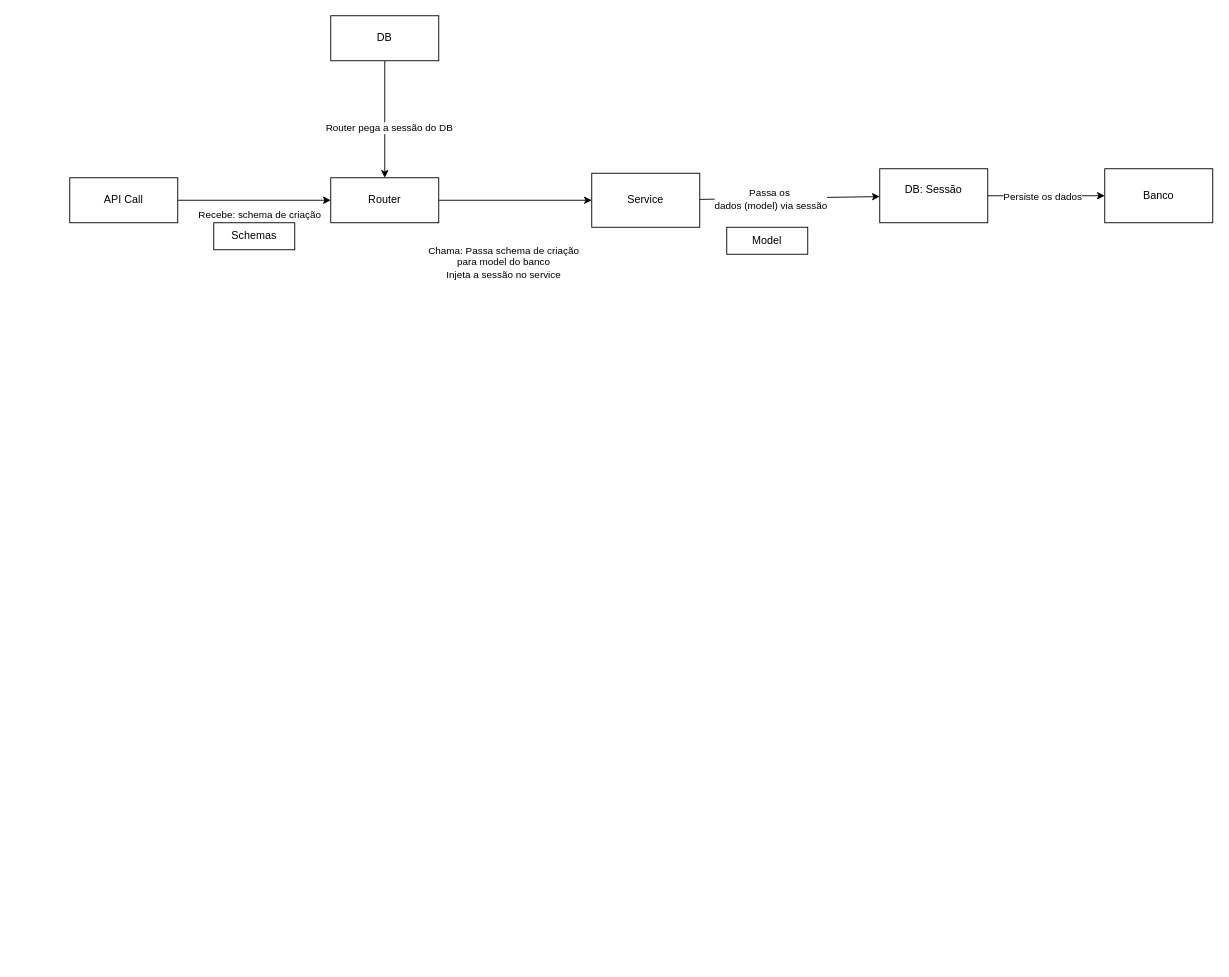
luisiferrari/fastapi-learning keeps this draw.io diagram as diagram.drawio. Above is the earlier version. Source tidied: cells renumbered, new cells numbered last; positions are measured from the earlier drawing's top-left corner, leaving out a move shared by most shapes. Both pictures are drawn from the tidied source at 90%, with x=0, y=0 at pixel (69, 15).
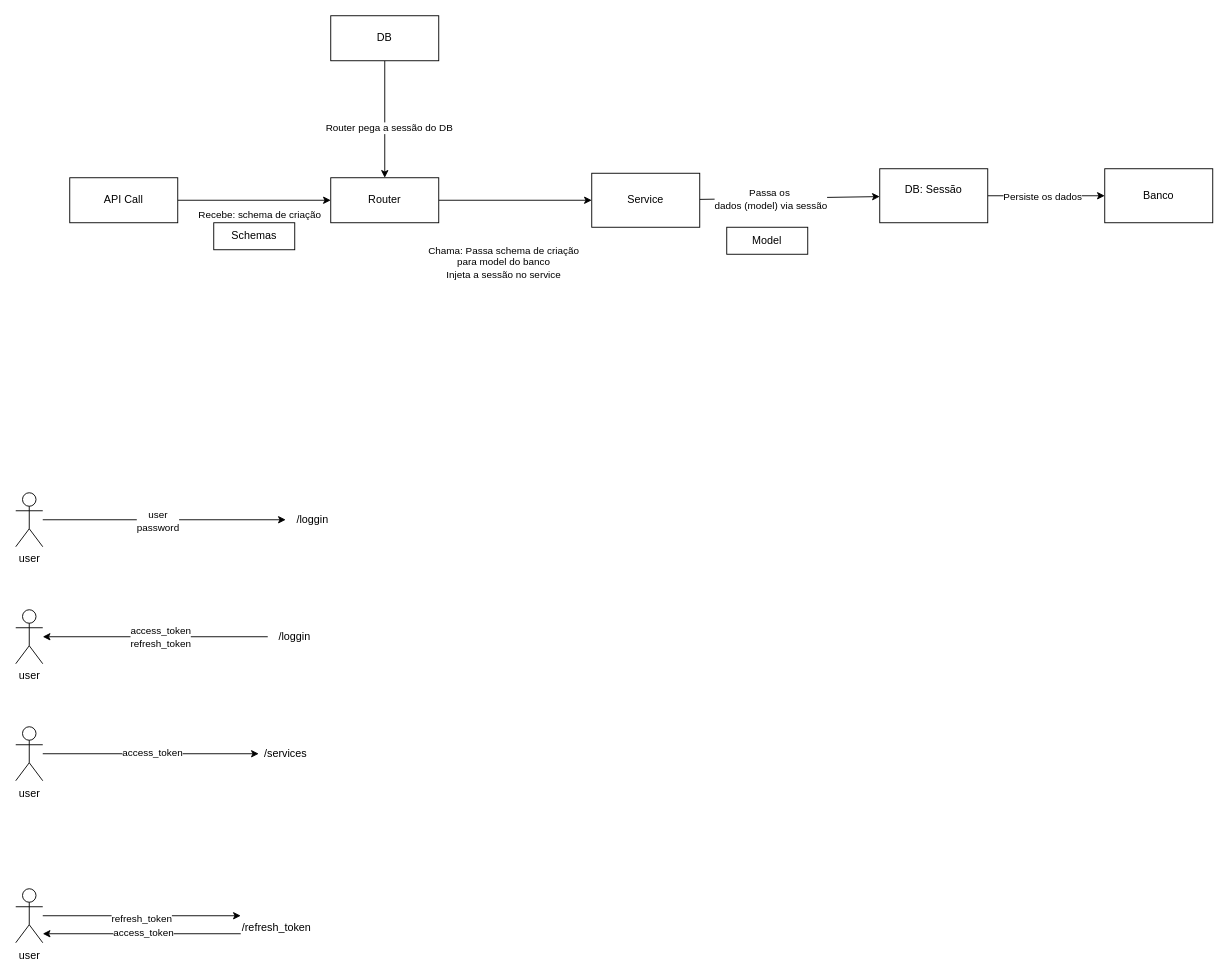
The same diagram, later.

Diff of the diagram source:
```diff
@@
+    <mxCell id="20" style="edgeStyle=none;html=1;" parent="1" edge="1" source="22" target="23">
+      <mxGeometry relative="1" as="geometry" />
+    </mxCell>
+    <mxCell id="21" value="user&lt;div&gt;password&lt;/div&gt;" style="edgeLabel;html=1;align=center;verticalAlign=middle;" parent="20" vertex="1">
+      <mxGeometry x="-0.06" y="-1" relative="1" as="geometry" />
+    </mxCell>
+    <mxCell id="22" value="user" style="shape=umlActor;verticalLabelPosition=bottom;verticalAlign=top;html=1;outlineConnect=0;" parent="1" vertex="1">
+      <mxGeometry x="-60" y="530" width="30" height="60" as="geometry" />
+    </mxCell>
+    <mxCell id="23" value="/loggin" style="text;html=1;align=center;verticalAlign=middle;whiteSpace=wrap;rounded=0;" parent="1" vertex="1">
+      <mxGeometry x="240" y="545" width="60" height="30" as="geometry" />
+    </mxCell>
+    <mxCell id="24" value="user" style="shape=umlActor;verticalLabelPosition=bottom;verticalAlign=top;html=1;outlineConnect=0;" parent="1" vertex="1">
+      <mxGeometry x="-60" y="660" width="30" height="60" as="geometry" />
+    </mxCell>
+    <mxCell id="25" style="edgeStyle=none;html=1;" parent="1" edge="1" source="27" target="24">
+      <mxGeometry relative="1" as="geometry" />
+    </mxCell>
+    <mxCell id="26" value="access_token&lt;div&gt;refresh_token&lt;/div&gt;" style="edgeLabel;html=1;align=center;verticalAlign=middle;" parent="25" vertex="1">
+      <mxGeometry x="-0.27" relative="1" as="geometry">
+        <mxPoint x="-29" as="offset" />
+      </mxGeometry>
+    </mxCell>
+    <mxCell id="27" value="/loggin" style="text;html=1;align=center;verticalAlign=middle;whiteSpace=wrap;rounded=0;" parent="1" vertex="1">
+      <mxGeometry x="220" y="675" width="60" height="30" as="geometry" />
+    </mxCell>
+    <mxCell id="28" style="edgeStyle=none;html=1;" parent="1" edge="1" source="30" target="31">
+      <mxGeometry relative="1" as="geometry" />
+    </mxCell>
+    <mxCell id="29" value="access_token" style="edgeLabel;html=1;align=center;verticalAlign=middle;" parent="28" vertex="1">
+      <mxGeometry x="0.01" y="2" relative="1" as="geometry" />
+    </mxCell>
+    <mxCell id="30" value="user" style="shape=umlActor;verticalLabelPosition=bottom;verticalAlign=top;html=1;outlineConnect=0;" parent="1" vertex="1">
+      <mxGeometry x="-60" y="790" width="30" height="60" as="geometry" />
+    </mxCell>
+    <mxCell id="31" value="/services" style="text;html=1;align=center;verticalAlign=middle;whiteSpace=wrap;rounded=0;" parent="1" vertex="1">
+      <mxGeometry x="210" y="805" width="60" height="30" as="geometry" />
+    </mxCell>
+    <mxCell id="32" style="edgeStyle=none;html=1;" parent="1" edge="1" source="34">
+      <mxGeometry relative="1" as="geometry">
+        <mxPoint x="190" y="1000" as="targetPoint" />
+      </mxGeometry>
+    </mxCell>
+    <mxCell id="33" value="refresh_token" style="edgeLabel;html=1;align=center;verticalAlign=middle;" parent="32" vertex="1">
+      <mxGeometry x="-0.01" y="-2" relative="1" as="geometry" />
+    </mxCell>
+    <mxCell id="34" value="user" style="shape=umlActor;verticalLabelPosition=bottom;verticalAlign=top;html=1;outlineConnect=0;" parent="1" vertex="1">
+      <mxGeometry x="-60" y="970" width="30" height="60" as="geometry" />
+    </mxCell>
+    <mxCell id="35" value="/refresh_token" style="text;html=1;align=center;verticalAlign=middle;whiteSpace=wrap;rounded=0;" parent="1" vertex="1">
+      <mxGeometry x="200" y="985" width="60" height="55" as="geometry" />
+    </mxCell>
+    <mxCell id="36" style="edgeStyle=none;html=1;" parent="1" edge="1">
+      <mxGeometry relative="1" as="geometry">
+        <mxPoint x="190" y="1020" as="sourcePoint" />
+        <mxPoint x="-30" y="1020" as="targetPoint" />
+      </mxGeometry>
+    </mxCell>
+    <mxCell id="37" value="access_token" style="edgeLabel;html=1;align=center;verticalAlign=middle;" parent="36" vertex="1">
+      <mxGeometry x="-0.01" y="-2" relative="1" as="geometry" />
+    </mxCell>
```
